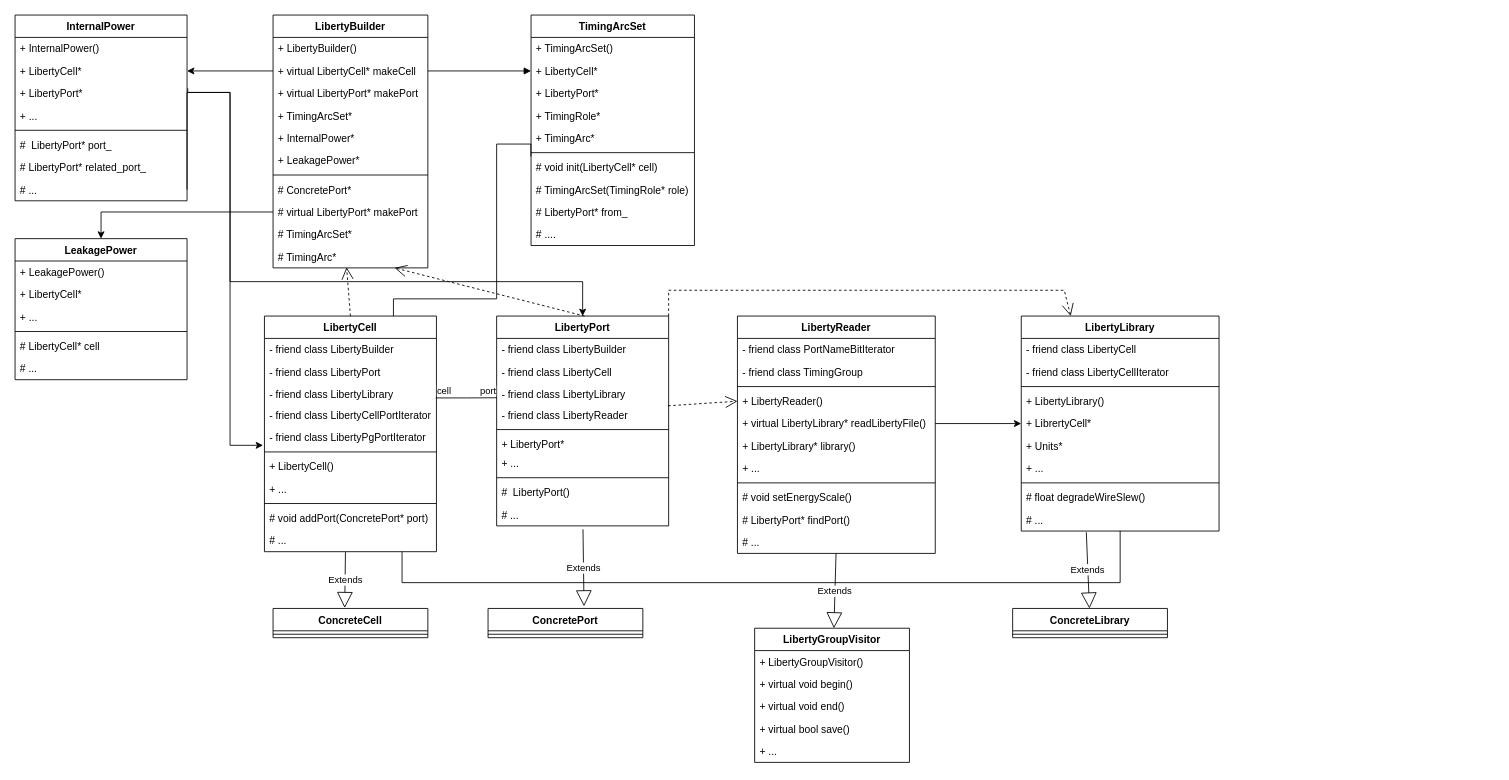
The draw.io diagram Opensta_liberty.drawio in Ablution-han220/UML, before the edit. Source tidied: cells renumbered, new cells numbered last; positions are measured from the earlier drawing's top-left corner, leaving out a move shared by most shapes. Both pictures are drawn from the tidied source at 86%, with x=0, y=0 at pixel (15, 15).
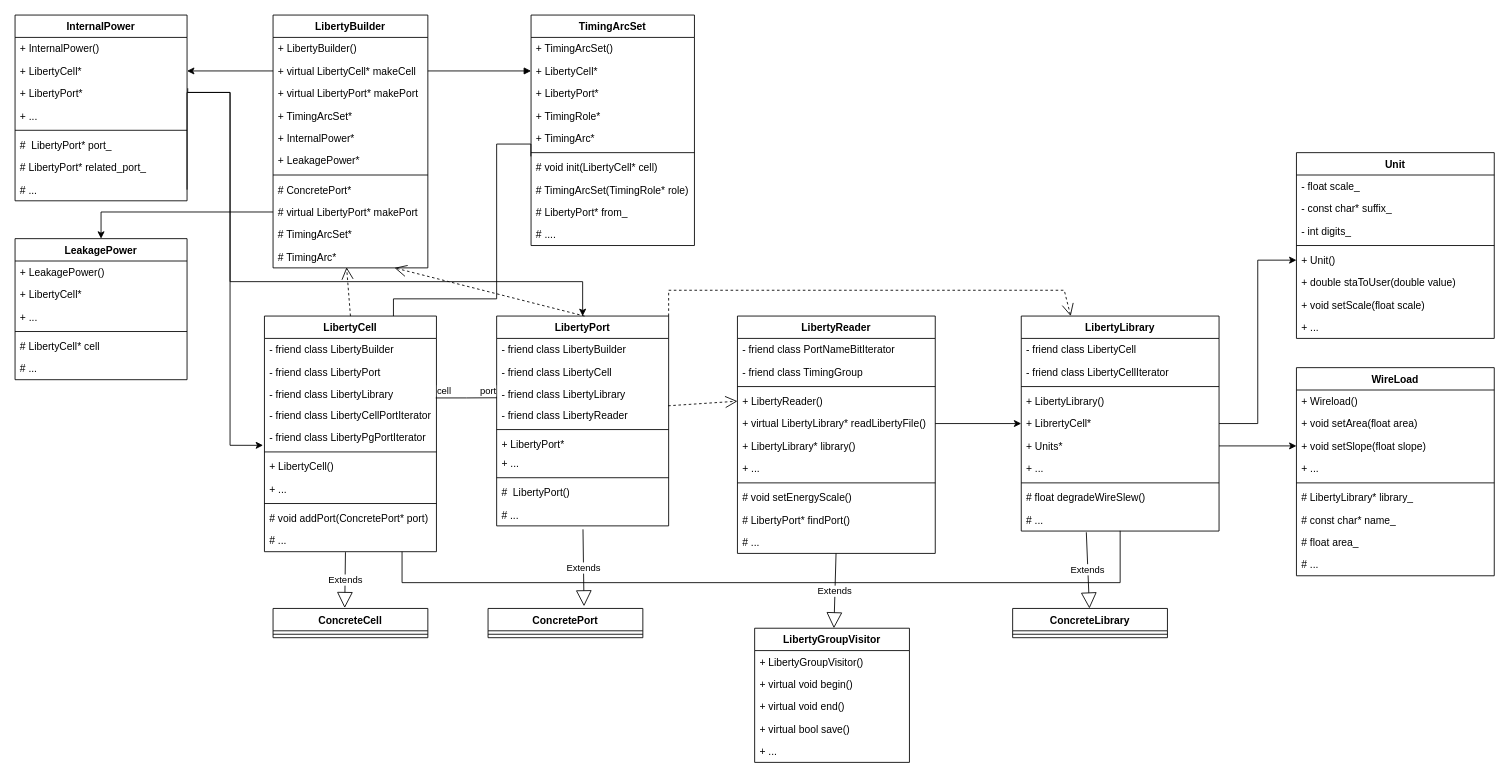
The same diagram, later.

The change refers to these unchanged cells:
```xml
<mxCell id="107" value="+ LibrertyCell*&#10;" style="text;strokeColor=none;fillColor=none;align=left;verticalAlign=top;spacingLeft=4;spacingRight=4;overflow=hidden;points=[[0,0.5],[1,0.5]];portConstraint=eastwest;" parent="102" vertex="1">
  <mxGeometry y="112" width="230" height="26" as="geometry" />
</mxCell>
<mxCell id="108" value="+ Units*" style="text;strokeColor=none;fillColor=none;align=left;verticalAlign=top;spacingLeft=4;spacingRight=4;overflow=hidden;points=[[0,0.5],[1,0.5]];portConstraint=eastwest;" parent="102" vertex="1">
  <mxGeometry y="138" width="230" height="26" as="geometry" />
</mxCell>
```

The edit, as a diff of the source:
```diff
@@
+    <mxCell id="118" value="Unit" style="swimlane;fontStyle=1;align=center;verticalAlign=top;horizontal=1;startSize=26;" parent="1" vertex="1">
+      <mxGeometry x="1490" y="160" width="230" height="216" as="geometry" />
+    </mxCell>
+    <mxCell id="119" value="- float scale_" style="text;strokeColor=none;fillColor=none;align=left;verticalAlign=top;spacingLeft=4;spacingRight=4;overflow=hidden;" parent="118" vertex="1">
+      <mxGeometry y="26" width="230" height="26" as="geometry" />
+    </mxCell>
+    <mxCell id="120" value="- const char* suffix_" style="text;strokeColor=none;fillColor=none;align=left;verticalAlign=top;spacingLeft=4;spacingRight=4;overflow=hidden;" parent="118" vertex="1">
+      <mxGeometry y="52" width="230" height="26" as="geometry" />
+    </mxCell>
+    <mxCell id="121" value="- int digits_" style="text;strokeColor=none;fillColor=none;align=left;verticalAlign=top;spacingLeft=4;spacingRight=4;overflow=hidden;" parent="118" vertex="1">
+      <mxGeometry y="78" width="230" height="26" as="geometry" />
+    </mxCell>
+    <mxCell id="122" style="line;strokeWidth=1;fillColor=none;align=left;verticalAlign=middle;spacingTop=-1;spacingLeft=3;spacingRight=3;labelPosition=right;" parent="118" vertex="1">
+      <mxGeometry y="104" width="230" height="8" as="geometry" />
+    </mxCell>
+    <mxCell id="123" value="+ Unit()" style="text;strokeColor=none;fillColor=none;align=left;verticalAlign=top;spacingLeft=4;spacingRight=4;overflow=hidden;points=[[0,0.5],[1,0.5]];portConstraint=eastwest;" parent="118" vertex="1">
+      <mxGeometry y="112" width="230" height="26" as="geometry" />
+    </mxCell>
+    <mxCell id="124" value="+ double staToUser(double value)&#10;" style="text;strokeColor=none;fillColor=none;align=left;verticalAlign=top;spacingLeft=4;spacingRight=4;overflow=hidden;" parent="118" vertex="1">
+      <mxGeometry y="138" width="230" height="26" as="geometry" />
+    </mxCell>
+    <mxCell id="125" value="+ void setScale(float scale)" style="text;strokeColor=none;fillColor=none;align=left;verticalAlign=top;spacingLeft=4;spacingRight=4;overflow=hidden;" parent="118" vertex="1">
+      <mxGeometry y="164" width="230" height="26" as="geometry" />
+    </mxCell>
+    <mxCell id="126" value="+ ..." style="text;strokeColor=none;fillColor=none;align=left;verticalAlign=top;spacingLeft=4;spacingRight=4;overflow=hidden;" parent="118" vertex="1">
+      <mxGeometry y="190" width="230" height="26" as="geometry" />
+    </mxCell>
+    <mxCell id="127" style="edgeStyle=orthogonalEdgeStyle;rounded=0;jettySize=auto;html=1;exitX=1;exitY=0.5;exitDx=0;exitDy=0;endArrow=classic;endFill=1;" parent="1" edge="1" source="107" target="123">
+      <mxGeometry relative="1" as="geometry" />
+    </mxCell>
+    <mxCell id="128" value="WireLoad" style="swimlane;fontStyle=1;align=center;verticalAlign=top;horizontal=1;startSize=26;" parent="1" vertex="1">
+      <mxGeometry x="1490" y="410" width="230" height="242" as="geometry" />
+    </mxCell>
+    <mxCell id="129" value="+ Wireload()" style="text;strokeColor=none;fillColor=none;align=left;verticalAlign=top;spacingLeft=4;spacingRight=4;overflow=hidden;" parent="128" vertex="1">
+      <mxGeometry y="26" width="230" height="26" as="geometry" />
+    </mxCell>
+    <mxCell id="130" value="+ void setArea(float area)" style="text;strokeColor=none;fillColor=none;align=left;verticalAlign=top;spacingLeft=4;spacingRight=4;overflow=hidden;" parent="128" vertex="1">
+      <mxGeometry y="52" width="230" height="26" as="geometry" />
+    </mxCell>
+    <mxCell id="131" value="+ void setSlope(float slope)" style="text;strokeColor=none;fillColor=none;align=left;verticalAlign=top;spacingLeft=4;spacingRight=4;overflow=hidden;points=[[0,0.5],[1,0.5]];portConstraint=eastwest;" parent="128" vertex="1">
+      <mxGeometry y="78" width="230" height="26" as="geometry" />
+    </mxCell>
+    <mxCell id="132" value="+ ..." style="text;strokeColor=none;fillColor=none;align=left;verticalAlign=top;spacingLeft=4;spacingRight=4;overflow=hidden;" parent="128" vertex="1">
+      <mxGeometry y="104" width="230" height="26" as="geometry" />
+    </mxCell>
+    <mxCell id="133" style="line;strokeWidth=1;fillColor=none;align=left;verticalAlign=middle;spacingTop=-1;spacingLeft=3;spacingRight=3;labelPosition=right;" parent="128" vertex="1">
+      <mxGeometry y="130" width="230" height="8" as="geometry" />
+    </mxCell>
+    <mxCell id="134" value="# LibertyLibrary* library_" style="text;strokeColor=none;fillColor=none;align=left;verticalAlign=top;spacingLeft=4;spacingRight=4;overflow=hidden;" parent="128" vertex="1">
+      <mxGeometry y="138" width="230" height="26" as="geometry" />
+    </mxCell>
+    <mxCell id="135" value="# const char* name_" style="text;strokeColor=none;fillColor=none;align=left;verticalAlign=top;spacingLeft=4;spacingRight=4;overflow=hidden;" parent="128" vertex="1">
+      <mxGeometry y="164" width="230" height="26" as="geometry" />
+    </mxCell>
+    <mxCell id="136" value="# float area_" style="text;strokeColor=none;fillColor=none;align=left;verticalAlign=top;spacingLeft=4;spacingRight=4;overflow=hidden;" parent="128" vertex="1">
+      <mxGeometry y="190" width="230" height="26" as="geometry" />
+    </mxCell>
+    <mxCell id="137" value="# ..." style="text;strokeColor=none;fillColor=none;align=left;verticalAlign=top;spacingLeft=4;spacingRight=4;overflow=hidden;" parent="128" vertex="1">
+      <mxGeometry y="216" width="230" height="26" as="geometry" />
+    </mxCell>
+    <mxCell id="138" style="edgeStyle=orthogonalEdgeStyle;rounded=0;jettySize=auto;html=1;exitX=1;exitY=0.5;exitDx=0;exitDy=0;entryX=0;entryY=0.5;entryDx=0;entryDy=0;endArrow=classic;endFill=1;" parent="1" edge="1" source="108" target="131">
+      <mxGeometry relative="1" as="geometry" />
+    </mxCell>
```
